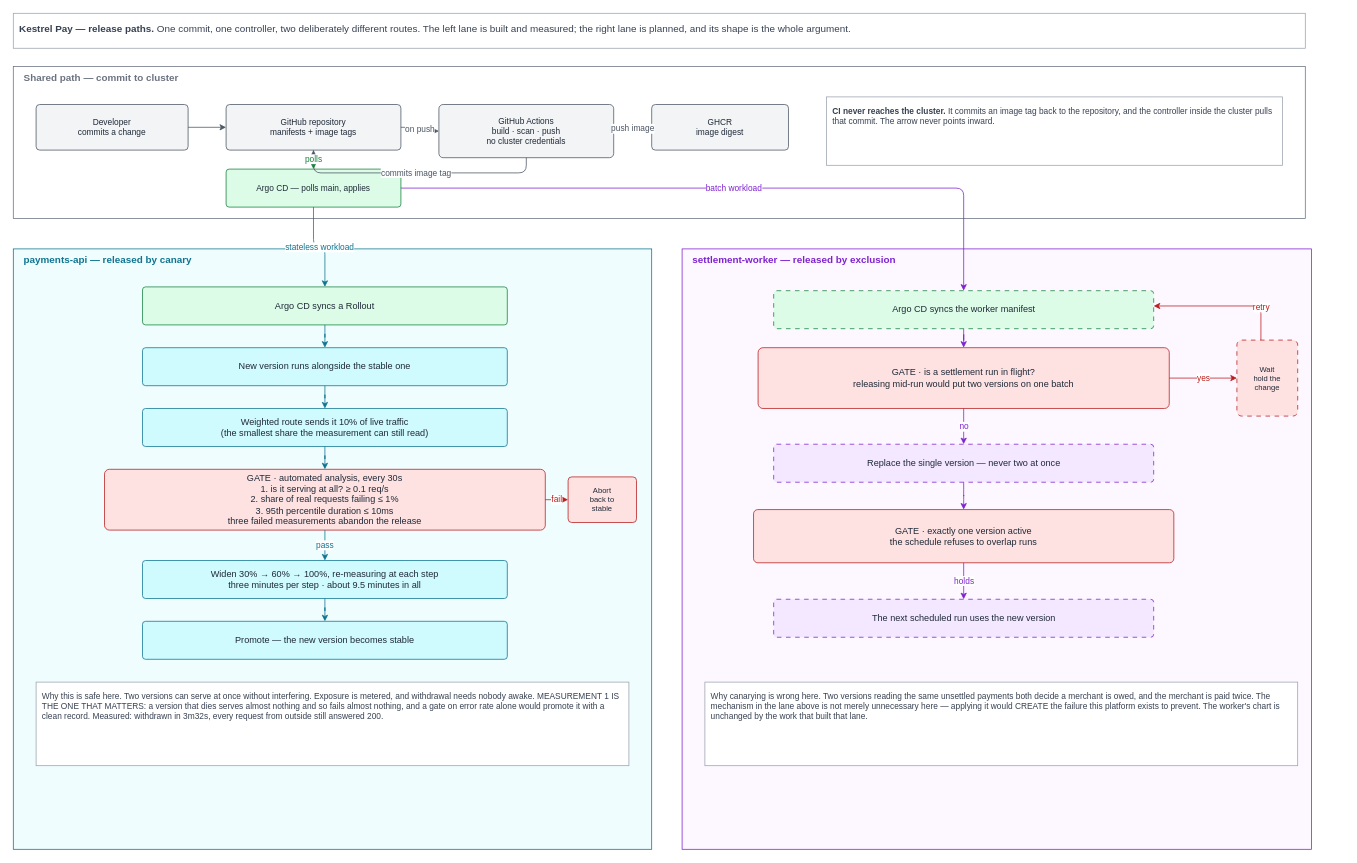
Before: page "Release paths" (2 of 2) of docs/diagrams/kestrel-pay-architecture.drawio in mubbyrex/gitops-delivery-platform, a draw.io diagram. Source tidied: cells renumbered, new cells numbered last; positions are measured from the earlier drawing's top-left corner, leaving out a move shared by most shapes. Both pictures are drawn from the tidied source at 76%, with x=0, y=0 at pixel (13, 13).
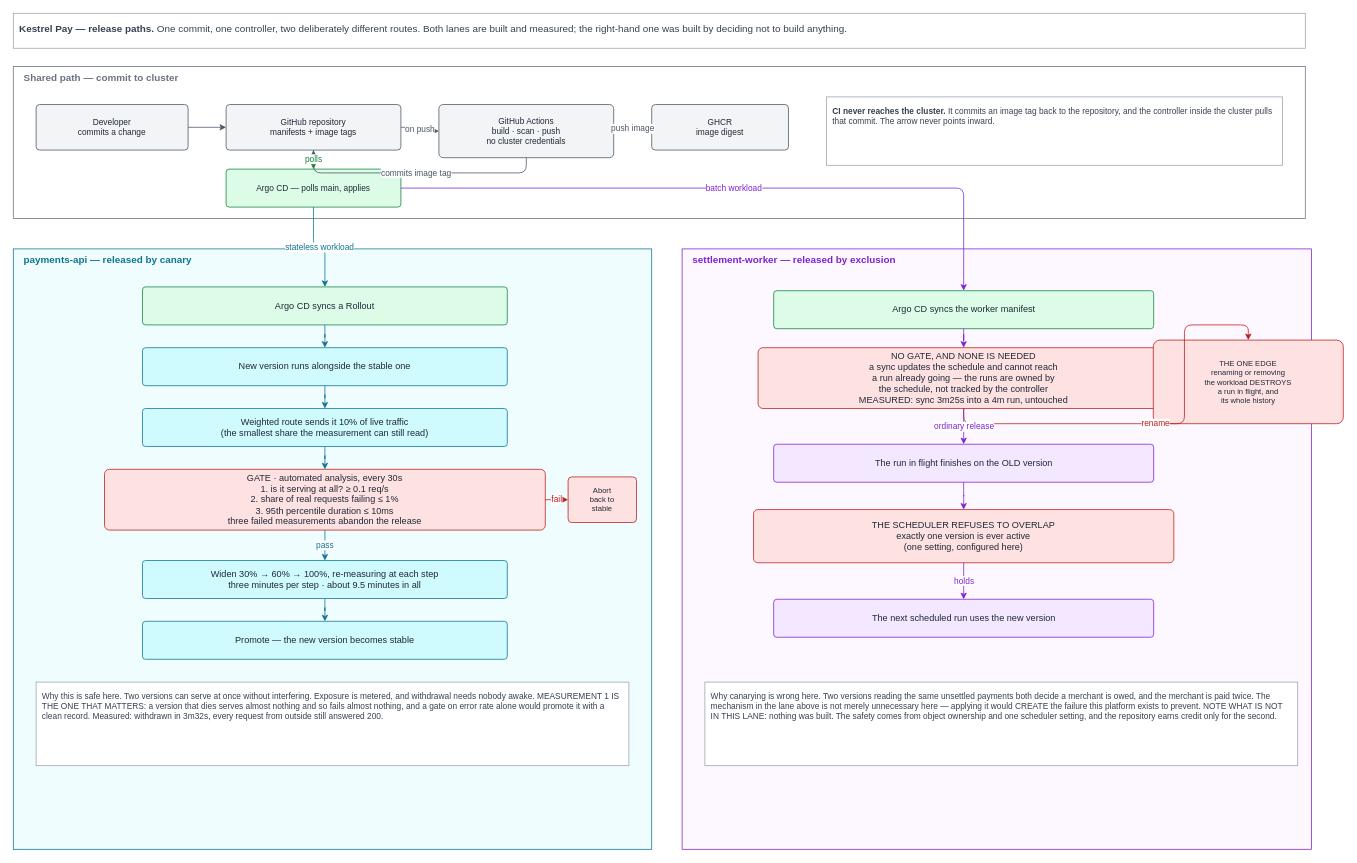
Above is the later version.

Commit message (it also covers changes not shown here):
Bring the public record up to date with what was built

Unchanged cells that the change refers to:
```xml
<mxCell id="31" value="settlement-worker  —  released by exclusion" style="rounded=0;whiteSpace=wrap;html=1;fillColor=#fdf7ff;strokeColor=#7e22ce;dashed=0;dashPattern=6 6;verticalAlign=top;align=left;spacingLeft=12;fontStyle=1;fontSize=13;fontColor=#7e22ce;" parent="1" vertex="1">
  <mxGeometry x="880" y="310" width="828" height="790" as="geometry" />
</mxCell>
```

The edit, as a diff of the source:
```diff
@@
-    <mxCell id="2" value="&lt;b&gt;Kestrel Pay — release paths.&lt;/b&gt;  One commit, one controller, two deliberately different routes. The left lane is built and measured; the right lane is planned, and its shape is the whole argument." style="rounded=0;whiteSpace=wrap;html=1;fillColor=#ffffff;strokeColor=#9ca3af;fontSize=13;fontColor=#374151;align=left;verticalAlign=top;spacing=8;" parent="1" vertex="1">
+    <mxCell id="2" value="&lt;b&gt;Kestrel Pay — release paths.&lt;/b&gt;  One commit, one controller, two deliberately different routes. Both lanes are built and measured; the right-hand one was built by deciding not to build anything." style="rounded=0;whiteSpace=wrap;html=1;fillColor=#ffffff;strokeColor=#9ca3af;fontSize=13;fontColor=#374151;align=left;verticalAlign=top;spacing=8;" parent="1" vertex="1">
       <mxGeometry width="1700" height="46" as="geometry" />
     </mxCell>
@@
-    <mxCell id="32" value="Argo CD syncs the worker manifest" style="rounded=1;arcSize=8;whiteSpace=wrap;html=1;fillColor=#dcfce7;strokeColor=#15803d;dashed=1;dashPattern=6 6;fontSize=12;fontColor=#1f2937;align=center;verticalAlign=middle;" parent="31" vertex="1">
+    <mxCell id="32" value="Argo CD syncs the worker manifest" style="rounded=1;arcSize=8;whiteSpace=wrap;html=1;fillColor=#dcfce7;strokeColor=#15803d;dashPattern=6 6;fontSize=12;fontColor=#1f2937;align=center;verticalAlign=middle;" parent="31" vertex="1">
       <mxGeometry x="120.5" y="55" width="500" height="50" as="geometry" />
     </mxCell>
-    <mxCell id="33" value="GATE · is a settlement run in flight?&#10;releasing mid-run would put two versions on one batch" style="rounded=1;arcSize=8;whiteSpace=wrap;html=1;fillColor=#fee2e2;strokeColor=#b91c1c;dashed=0;dashPattern=6 6;fontSize=12;fontColor=#1f2937;align=center;verticalAlign=middle;" parent="31" vertex="1">
+    <mxCell id="33" value="NO GATE, AND NONE IS NEEDED&#10;a sync updates the schedule and cannot reach&#10;a run already going — the runs are owned by&#10;the schedule, not tracked by the controller&#10;MEASURED: sync 3m25s into a 4m run, untouched" style="rounded=1;arcSize=8;whiteSpace=wrap;html=1;fillColor=#fee2e2;strokeColor=#b91c1c;dashed=0;dashPattern=6 6;fontSize=12;fontColor=#1f2937;align=center;verticalAlign=middle;" parent="31" vertex="1">
       <mxGeometry x="100" y="130" width="541" height="80" as="geometry" />
     </mxCell>
-    <mxCell id="34" value="Wait&#10;hold the&#10;change" style="rounded=1;arcSize=8;whiteSpace=wrap;html=1;fillColor=#fee2e2;strokeColor=#b91c1c;dashed=1;dashPattern=6 6;fontSize=10;fontColor=#1f2937;align=center;verticalAlign=middle;" parent="31" vertex="1">
-      <mxGeometry x="730" y="120" width="80" height="100" as="geometry" />
+    <mxCell id="34" value="THE ONE EDGE&#10;renaming or removing&#10;the workload DESTROYS&#10;a run in flight, and&#10;its whole history" style="rounded=1;arcSize=8;whiteSpace=wrap;html=1;fillColor=#fee2e2;strokeColor=#b91c1c;dashPattern=6 6;fontSize=10;fontColor=#1f2937;align=center;verticalAlign=middle;" parent="31" vertex="1">
+      <mxGeometry x="620" y="120" width="250" height="110" as="geometry" />
     </mxCell>
-    <mxCell id="35" value="Replace the single version — never two at once" style="rounded=1;arcSize=8;whiteSpace=wrap;html=1;fillColor=#f3e8ff;strokeColor=#7e22ce;dashed=1;dashPattern=6 6;fontSize=12;fontColor=#1f2937;align=center;verticalAlign=middle;" parent="31" vertex="1">
+    <mxCell id="35" value="The run in flight finishes on the OLD version" style="rounded=1;arcSize=8;whiteSpace=wrap;html=1;fillColor=#f3e8ff;strokeColor=#7e22ce;dashPattern=6 6;fontSize=12;fontColor=#1f2937;align=center;verticalAlign=middle;" parent="31" vertex="1">
       <mxGeometry x="120.5" y="257" width="500" height="50" as="geometry" />
     </mxCell>
-    <mxCell id="36" value="GATE · exactly one version active&#10;the schedule refuses to overlap runs" style="rounded=1;arcSize=8;whiteSpace=wrap;html=1;fillColor=#fee2e2;strokeColor=#b91c1c;dashed=0;dashPattern=6 6;fontSize=12;fontColor=#1f2937;align=center;verticalAlign=middle;" parent="31" vertex="1">
+    <mxCell id="36" value="THE SCHEDULER REFUSES TO OVERLAP&#10;exactly one version is ever active&#10;(one setting, configured here)" style="rounded=1;arcSize=8;whiteSpace=wrap;html=1;fillColor=#fee2e2;strokeColor=#b91c1c;dashed=0;dashPattern=6 6;fontSize=12;fontColor=#1f2937;align=center;verticalAlign=middle;" parent="31" vertex="1">
       <mxGeometry x="94" y="343" width="553" height="70" as="geometry" />
     </mxCell>
-    <mxCell id="37" value="The next scheduled run uses the new version" style="rounded=1;arcSize=8;whiteSpace=wrap;html=1;fillColor=#f3e8ff;strokeColor=#7e22ce;dashed=1;dashPattern=6 6;fontSize=12;fontColor=#1f2937;align=center;verticalAlign=middle;" parent="31" vertex="1">
+    <mxCell id="37" value="The next scheduled run uses the new version" style="rounded=1;arcSize=8;whiteSpace=wrap;html=1;fillColor=#f3e8ff;strokeColor=#7e22ce;dashPattern=6 6;fontSize=12;fontColor=#1f2937;align=center;verticalAlign=middle;" parent="31" vertex="1">
       <mxGeometry x="120.5" y="461" width="500" height="50" as="geometry" />
     </mxCell>
-    <mxCell id="38" value="Why canarying is wrong here. Two versions reading the same unsettled payments both decide a merchant is owed, and the merchant is paid twice. The mechanism in the lane above is not merely unnecessary here — applying it would CREATE the failure this platform exists to prevent. The worker's chart is unchanged by the work that built that lane." style="rounded=0;whiteSpace=wrap;html=1;fillColor=#ffffff;strokeColor=#9ca3af;fontSize=11;fontColor=#374151;align=left;verticalAlign=top;spacing=8;" parent="31" vertex="1">
+    <mxCell id="38" value="Why canarying is wrong here. Two versions reading the same unsettled payments both decide a merchant is owed, and the merchant is paid twice. The mechanism in the lane above is not merely unnecessary here — applying it would CREATE the failure this platform exists to prevent. NOTE WHAT IS NOT IN THIS LANE: nothing was built. The safety comes from object ownership and one scheduler setting, and the repository earns credit only for the second." style="rounded=0;whiteSpace=wrap;html=1;fillColor=#ffffff;strokeColor=#9ca3af;fontSize=11;fontColor=#374151;align=left;verticalAlign=top;spacing=8;" parent="31" vertex="1">
       <mxGeometry x="30" y="570" width="780" height="110" as="geometry" />
     </mxCell>
@@
-    <mxCell id="40" value="yes" style="edgeStyle=orthogonalEdgeStyle;rounded=1;html=1;jettySize=auto;exitDx=0;exitDy=0;strokeColor=#b91c1c;fontColor=#b91c1c;fontSize=11;endArrow=classic;endFill=1;dashed=0;dashPattern=6 6;" parent="31" edge="1" source="33" target="34">
+    <mxCell id="40" value="rename" style="edgeStyle=orthogonalEdgeStyle;rounded=1;html=1;jettySize=auto;exitDx=0;exitDy=0;strokeColor=#b91c1c;fontColor=#b91c1c;fontSize=11;endArrow=classic;endFill=1;dashed=0;dashPattern=6 6;" parent="31" edge="1" source="33" target="34">
       <mxGeometry relative="1" as="geometry" />
     </mxCell>
-    <mxCell id="41" value="retry" style="edgeStyle=orthogonalEdgeStyle;rounded=1;html=1;jettySize=auto;exitDx=0;exitDy=0;strokeColor=#b91c1c;fontColor=#b91c1c;fontSize=11;endArrow=classic;endFill=1;dashed=0;dashPattern=6 6;" parent="31" edge="1" source="34" target="32">
-      <mxGeometry x="-0.54" relative="1" as="geometry">
-        <Array as="points">
-          <mxPoint x="761.6" y="75.1" />
-        </Array>
-      </mxGeometry>
-    </mxCell>
-    <mxCell id="42" value="no" style="edgeStyle=orthogonalEdgeStyle;rounded=1;html=1;jettySize=auto;exitDx=0;exitDy=0;strokeColor=#7e22ce;fontColor=#7e22ce;fontSize=11;endArrow=classic;endFill=1;dashed=0;dashPattern=6 6;" parent="31" edge="1" source="33" target="35">
+    <mxCell id="42" value="ordinary release" style="edgeStyle=orthogonalEdgeStyle;rounded=1;html=1;jettySize=auto;exitDx=0;exitDy=0;strokeColor=#7e22ce;fontColor=#7e22ce;fontSize=11;endArrow=classic;endFill=1;dashed=0;dashPattern=6 6;" parent="31" edge="1" source="33" target="35">
       <mxGeometry relative="1" as="geometry" />
     </mxCell>
```
